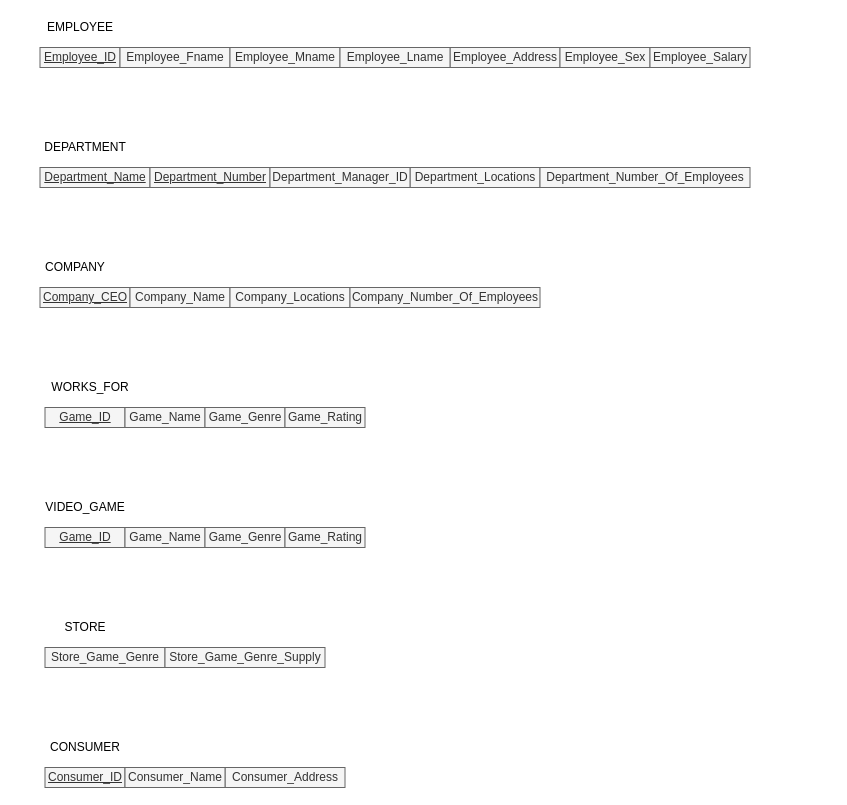
Earlier version of the draw.io diagram page "DB_Schema" (2 of 2) of Computer_Science_CS/4700_Database_Management/Database Management Project Enitity Relationship Diagram.drawio (CameronWFox/College_Courses). Source tidied: cells renumbered, new cells numbered last; positions are measured from the earlier drawing's top-left corner, leaving out a move shared by most shapes. Both pictures are drawn from the tidied source at 100%, with x=0, y=0 at pixel (40, 17).
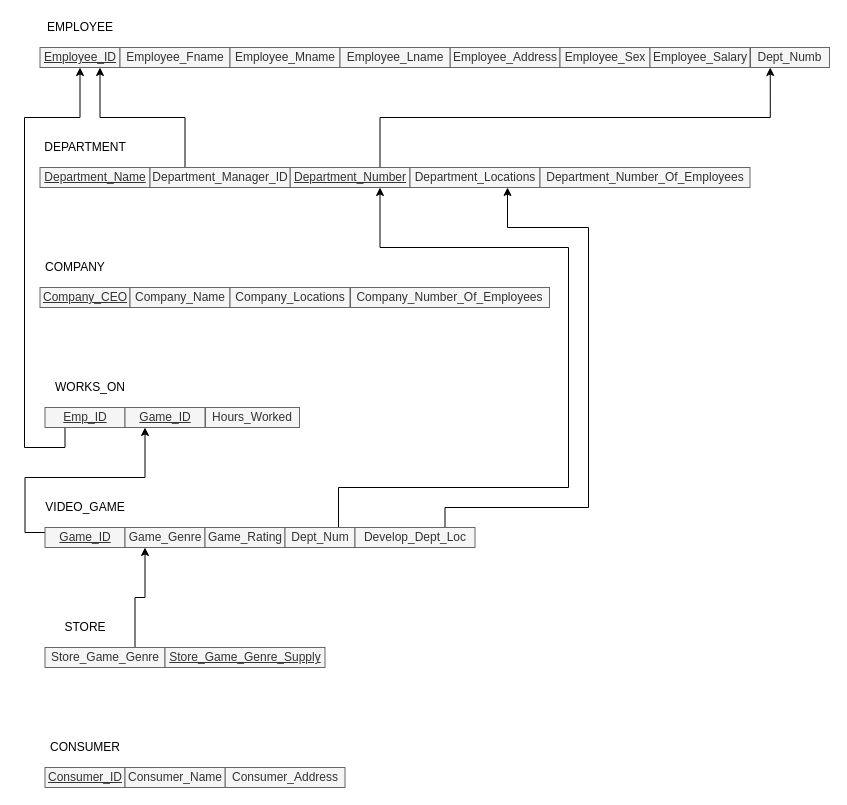
The same page after the edit.

Unchanged cells that the change refers to:
```xml
<mxCell id="7" value="Employee_ID" style="text;html=1;align=center;verticalAlign=middle;whiteSpace=wrap;rounded=0;fillColor=#f5f5f5;strokeColor=#666666;fontColor=#333333;fontStyle=4;" parent="1" vertex="1">
  <mxGeometry x="-0.5" y="30" width="80" height="20" as="geometry" />
</mxCell>
<mxCell id="10" value="Game_ID" style="text;html=1;align=center;verticalAlign=middle;whiteSpace=wrap;rounded=0;fillColor=#f5f5f5;strokeColor=#666666;fontColor=#333333;fontStyle=4;" parent="1" vertex="1">
  <mxGeometry x="4.5" y="510" width="80" height="20" as="geometry" />
</mxCell>
<mxCell id="17" value="Department_Locations" style="text;html=1;align=center;verticalAlign=middle;whiteSpace=wrap;rounded=0;fillColor=#f5f5f5;strokeColor=#666666;fontColor=#333333;" parent="1" vertex="1">
  <mxGeometry x="369.5" y="150" width="130" height="20" as="geometry" />
</mxCell>
<mxCell id="29" value="Store_Game_Genre" style="text;html=1;align=center;verticalAlign=middle;whiteSpace=wrap;rounded=0;fillColor=#f5f5f5;strokeColor=#666666;fontColor=#333333;" parent="1" vertex="1">
  <mxGeometry x="4.5" y="630" width="120" height="20" as="geometry" />
</mxCell>
```

The edit, as a diff of the source:
```diff
@@
+    <mxCell id="38" style="edgeStyle=orthogonalEdgeStyle;rounded=0;jettySize=auto;html=1;exitX=0;exitY=0.25;exitDx=0;exitDy=0;entryX=0.25;entryY=1;entryDx=0;entryDy=0;startArrow=none;startFill=0;endArrow=classic;endFill=1;" parent="1" edge="1" source="10" target="35">
+      <mxGeometry relative="1" as="geometry" />
+    </mxCell>
@@
+    <mxCell id="39" style="rounded=0;jettySize=auto;html=1;exitX=0.75;exitY=0;exitDx=0;exitDy=0;entryX=0.25;entryY=1;entryDx=0;entryDy=0;startArrow=none;startFill=0;endArrow=classic;endFill=1;elbow=vertical;edgeStyle=orthogonalEdgeStyle;" parent="1" edge="1" source="16" target="47">
+      <mxGeometry relative="1" as="geometry" />
+    </mxCell>
     <mxCell id="16" value="Department_Number" style="text;html=1;align=center;verticalAlign=middle;whiteSpace=wrap;rounded=0;fillColor=#f5f5f5;strokeColor=#666666;fontColor=#333333;fontStyle=4;" parent="1" vertex="1">
-      <mxGeometry x="109.5" y="150" width="120" height="20" as="geometry" />
+      <mxGeometry x="249.5" y="150" width="120" height="20" as="geometry" />
     </mxCell>
@@
     <mxCell id="21" value="Company_Number_Of_Employees" style="text;html=1;align=center;verticalAlign=middle;whiteSpace=wrap;rounded=0;fillColor=#f5f5f5;strokeColor=#666666;fontColor=#333333;" parent="1" vertex="1">
-      <mxGeometry x="309.5" y="270" width="190" height="20" as="geometry" />
+      <mxGeometry x="310" y="270" width="199" height="20" as="geometry" />
     </mxCell>
-    <mxCell id="22" value="Department_Manager_ID" style="text;html=1;align=center;verticalAlign=middle;whiteSpace=wrap;rounded=0;fillColor=#f5f5f5;strokeColor=#666666;fontColor=#333333;" parent="1" vertex="1">
-      <mxGeometry x="229.5" y="150" width="140" height="20" as="geometry" />
-    </mxCell>
@@
-    <mxCell id="25" value="Game_Name" style="text;html=1;align=center;verticalAlign=middle;whiteSpace=wrap;rounded=0;fillColor=#f5f5f5;strokeColor=#666666;fontColor=#333333;" parent="1" vertex="1">
-      <mxGeometry x="84.5" y="510" width="80" height="20" as="geometry" />
-    </mxCell>
     <mxCell id="26" value="Game_Genre" style="text;html=1;align=center;verticalAlign=middle;whiteSpace=wrap;rounded=0;fillColor=#f5f5f5;strokeColor=#666666;fontColor=#333333;" parent="1" vertex="1">
-      <mxGeometry x="164.5" y="510" width="80" height="20" as="geometry" />
+      <mxGeometry x="84.5" y="510" width="80" height="20" as="geometry" />
     </mxCell>
     <mxCell id="27" value="Game_Rating" style="text;html=1;align=center;verticalAlign=middle;whiteSpace=wrap;rounded=0;fillColor=#f5f5f5;strokeColor=#666666;fontColor=#333333;" parent="1" vertex="1">
-      <mxGeometry x="244.5" y="510" width="80" height="20" as="geometry" />
+      <mxGeometry x="164.5" y="510" width="80" height="20" as="geometry" />
     </mxCell>
@@
+    <mxCell id="40" style="edgeStyle=orthogonalEdgeStyle;rounded=0;jettySize=auto;html=1;exitX=0.75;exitY=0;exitDx=0;exitDy=0;entryX=0.25;entryY=1;entryDx=0;entryDy=0;startArrow=none;startFill=0;endArrow=classic;endFill=1;" parent="1" edge="1" source="29" target="26">
+      <mxGeometry relative="1" as="geometry" />
+    </mxCell>
@@
-    <mxCell id="30" value="Store_Game_Genre_Supply" style="text;html=1;align=center;verticalAlign=middle;whiteSpace=wrap;rounded=0;fillColor=#f5f5f5;strokeColor=#666666;fontColor=#333333;" parent="1" vertex="1">
+    <mxCell id="30" value="Store_Game_Genre_Supply" style="text;html=1;align=center;verticalAlign=middle;whiteSpace=wrap;rounded=0;fillColor=#f5f5f5;strokeColor=#666666;fontColor=#333333;fontStyle=4;" parent="1" vertex="1">
       <mxGeometry x="124.5" y="630" width="160" height="20" as="geometry" />
     </mxCell>
@@
-    <mxCell id="33" value="WORKS_FOR" style="text;html=1;strokeColor=none;fillColor=none;align=center;verticalAlign=middle;whiteSpace=wrap;rounded=0;" parent="1" vertex="1">
+    <mxCell id="33" value="WORKS_ON" style="text;html=1;strokeColor=none;fillColor=none;align=center;verticalAlign=middle;whiteSpace=wrap;rounded=0;" parent="1" vertex="1">
       <mxGeometry x="4.5" y="360" width="90" height="20" as="geometry" />
     </mxCell>
+    <mxCell id="41" style="edgeStyle=orthogonalEdgeStyle;rounded=0;jettySize=auto;html=1;exitX=0.25;exitY=1;exitDx=0;exitDy=0;startArrow=none;startFill=0;endArrow=classic;endFill=1;entryX=0.5;entryY=1;entryDx=0;entryDy=0;" parent="1" edge="1" source="34" target="7">
+      <mxGeometry relative="1" as="geometry">
+        <Array as="points">
+          <mxPoint x="24" y="430" />
+          <mxPoint x="-16" y="430" />
+          <mxPoint x="-16" y="100" />
+          <mxPoint x="39" y="100" />
+        </Array>
+      </mxGeometry>
+    </mxCell>
-    <mxCell id="34" value="Game_ID" style="text;html=1;align=center;verticalAlign=middle;whiteSpace=wrap;rounded=0;fillColor=#f5f5f5;strokeColor=#666666;fontColor=#333333;fontStyle=4;" parent="1" vertex="1">
+    <mxCell id="34" value="Emp_ID" style="text;html=1;align=center;verticalAlign=middle;whiteSpace=wrap;rounded=0;fillColor=#f5f5f5;strokeColor=#666666;fontColor=#333333;fontStyle=4;" parent="1" vertex="1">
       <mxGeometry x="4.5" y="390" width="80" height="20" as="geometry" />
     </mxCell>
-    <mxCell id="35" value="Game_Name" style="text;html=1;align=center;verticalAlign=middle;whiteSpace=wrap;rounded=0;fillColor=#f5f5f5;strokeColor=#666666;fontColor=#333333;" parent="1" vertex="1">
+    <mxCell id="35" value="Game_ID" style="text;html=1;align=center;verticalAlign=middle;whiteSpace=wrap;rounded=0;fillColor=#f5f5f5;strokeColor=#666666;fontColor=#333333;fontStyle=4;" parent="1" vertex="1">
       <mxGeometry x="84.5" y="390" width="80" height="20" as="geometry" />
     </mxCell>
-    <mxCell id="36" value="Game_Genre" style="text;html=1;align=center;verticalAlign=middle;whiteSpace=wrap;rounded=0;fillColor=#f5f5f5;strokeColor=#666666;fontColor=#333333;" parent="1" vertex="1">
-      <mxGeometry x="164.5" y="390" width="80" height="20" as="geometry" />
-    </mxCell>
-    <mxCell id="37" value="Game_Rating" style="text;html=1;align=center;verticalAlign=middle;whiteSpace=wrap;rounded=0;fillColor=#f5f5f5;strokeColor=#666666;fontColor=#333333;" parent="1" vertex="1">
-      <mxGeometry x="244.5" y="390" width="80" height="20" as="geometry" />
-    </mxCell>
+    <mxCell id="42" style="edgeStyle=orthogonalEdgeStyle;rounded=0;jettySize=auto;html=1;exitX=0.75;exitY=0;exitDx=0;exitDy=0;entryX=0.75;entryY=1;entryDx=0;entryDy=0;startArrow=none;startFill=0;endArrow=classic;endFill=1;" parent="1" edge="1" source="43" target="16">
+      <mxGeometry relative="1" as="geometry">
+        <Array as="points">
+          <mxPoint x="298" y="470" />
+          <mxPoint x="528" y="470" />
+          <mxPoint x="528" y="230" />
+          <mxPoint x="339" y="230" />
+        </Array>
+      </mxGeometry>
+    </mxCell>
+    <mxCell id="43" value="Dept_Num" style="text;html=1;align=center;verticalAlign=middle;whiteSpace=wrap;rounded=0;fillColor=#f5f5f5;strokeColor=#666666;fontColor=#333333;fontStyle=0;" parent="1" vertex="1">
+      <mxGeometry x="244.5" y="510" width="70" height="20" as="geometry" />
+    </mxCell>
+    <mxCell id="44" style="edgeStyle=orthogonalEdgeStyle;rounded=0;jettySize=auto;html=1;exitX=0.75;exitY=0;exitDx=0;exitDy=0;entryX=0.75;entryY=1;entryDx=0;entryDy=0;startArrow=none;startFill=0;endArrow=classic;endFill=1;" parent="1" edge="1" source="45" target="17">
+      <mxGeometry relative="1" as="geometry">
+        <Array as="points">
+          <mxPoint x="404" y="490" />
+          <mxPoint x="548" y="490" />
+          <mxPoint x="548" y="210" />
+          <mxPoint x="467" y="210" />
+        </Array>
+      </mxGeometry>
+    </mxCell>
+    <mxCell id="45" value="Develop_Dept_Loc" style="text;html=1;align=center;verticalAlign=middle;whiteSpace=wrap;rounded=0;fillColor=#f5f5f5;strokeColor=#666666;fontColor=#333333;" parent="1" vertex="1">
+      <mxGeometry x="314.5" y="510" width="120" height="20" as="geometry" />
+    </mxCell>
+    <mxCell id="46" value="Hours_Worked" style="text;html=1;align=center;verticalAlign=middle;whiteSpace=wrap;rounded=0;fillColor=#f5f5f5;strokeColor=#666666;fontColor=#333333;fontStyle=0;" parent="1" vertex="1">
+      <mxGeometry x="165" y="390" width="94" height="20" as="geometry" />
+    </mxCell>
+    <mxCell id="47" value="Dept_Numb" style="text;html=1;align=center;verticalAlign=middle;whiteSpace=wrap;rounded=0;fillColor=#f5f5f5;strokeColor=#666666;fontColor=#333333;" parent="1" vertex="1">
+      <mxGeometry x="710" y="30" width="79" height="20" as="geometry" />
+    </mxCell>
+    <mxCell id="48" style="edgeStyle=orthogonalEdgeStyle;rounded=0;jettySize=auto;html=1;exitX=0.25;exitY=0;exitDx=0;exitDy=0;entryX=0.75;entryY=1;entryDx=0;entryDy=0;startArrow=none;startFill=0;endArrow=classic;endFill=1;" parent="1" edge="1" source="22" target="7">
+      <mxGeometry relative="1" as="geometry" />
+    </mxCell>
+    <mxCell id="22" value="Department_Manager_ID" style="text;html=1;align=center;verticalAlign=middle;whiteSpace=wrap;rounded=0;fillColor=#f5f5f5;strokeColor=#666666;fontColor=#333333;" parent="1" vertex="1">
+      <mxGeometry x="109.5" y="150" width="140" height="20" as="geometry" />
+    </mxCell>
```
